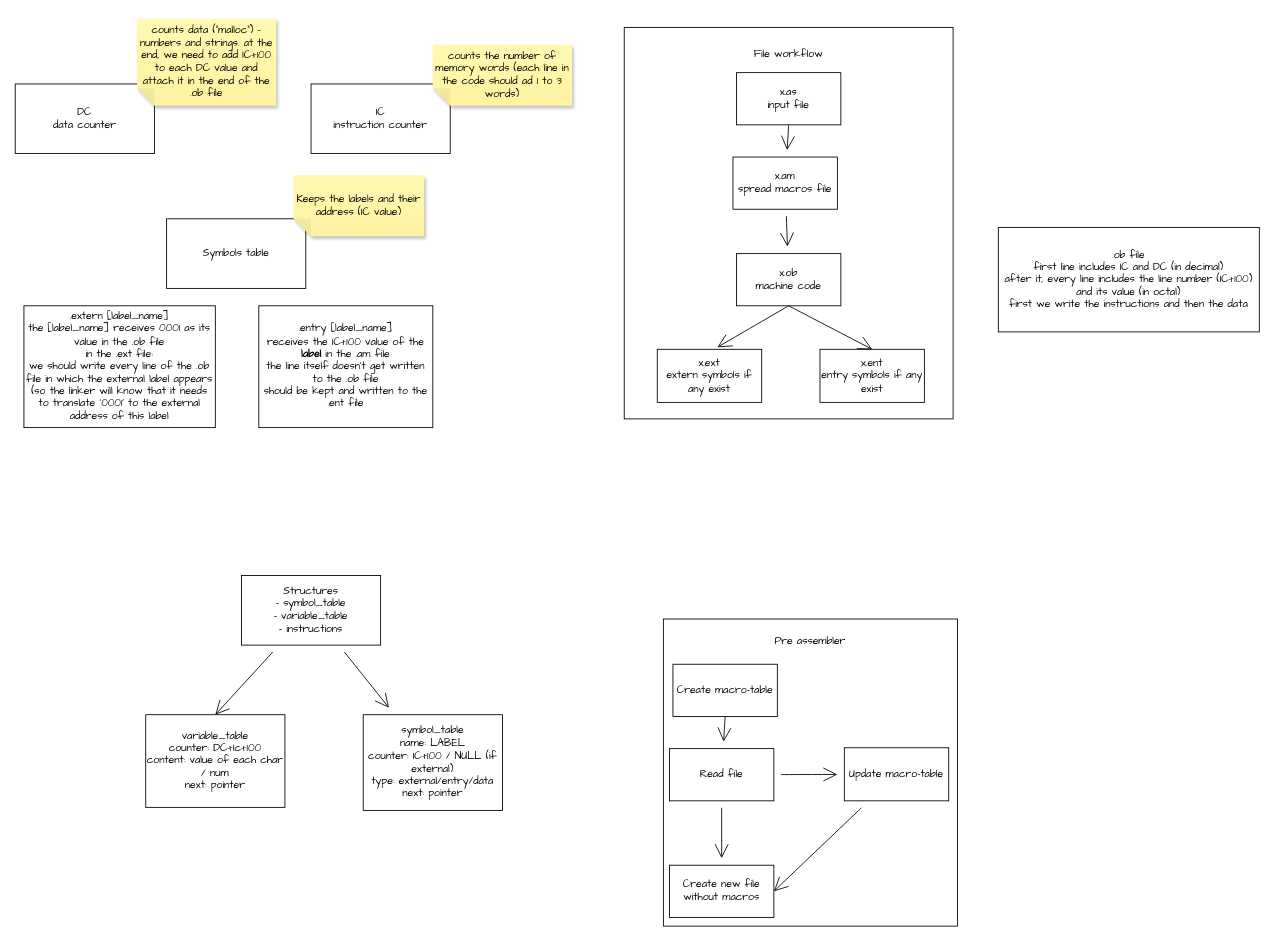
The draw.io diagram page "Page-1" (1 of 3) of Assembler-planning.drawio in jonny-tr/OpenI-C-Project, before the edit. Source tidied: cells renumbered, new cells numbered last; positions are measured from the earlier drawing's top-left corner, leaving out a move shared by most shapes. Both pictures are drawn from the tidied source at 87%, with x=0, y=0 at pixel (15, 18).
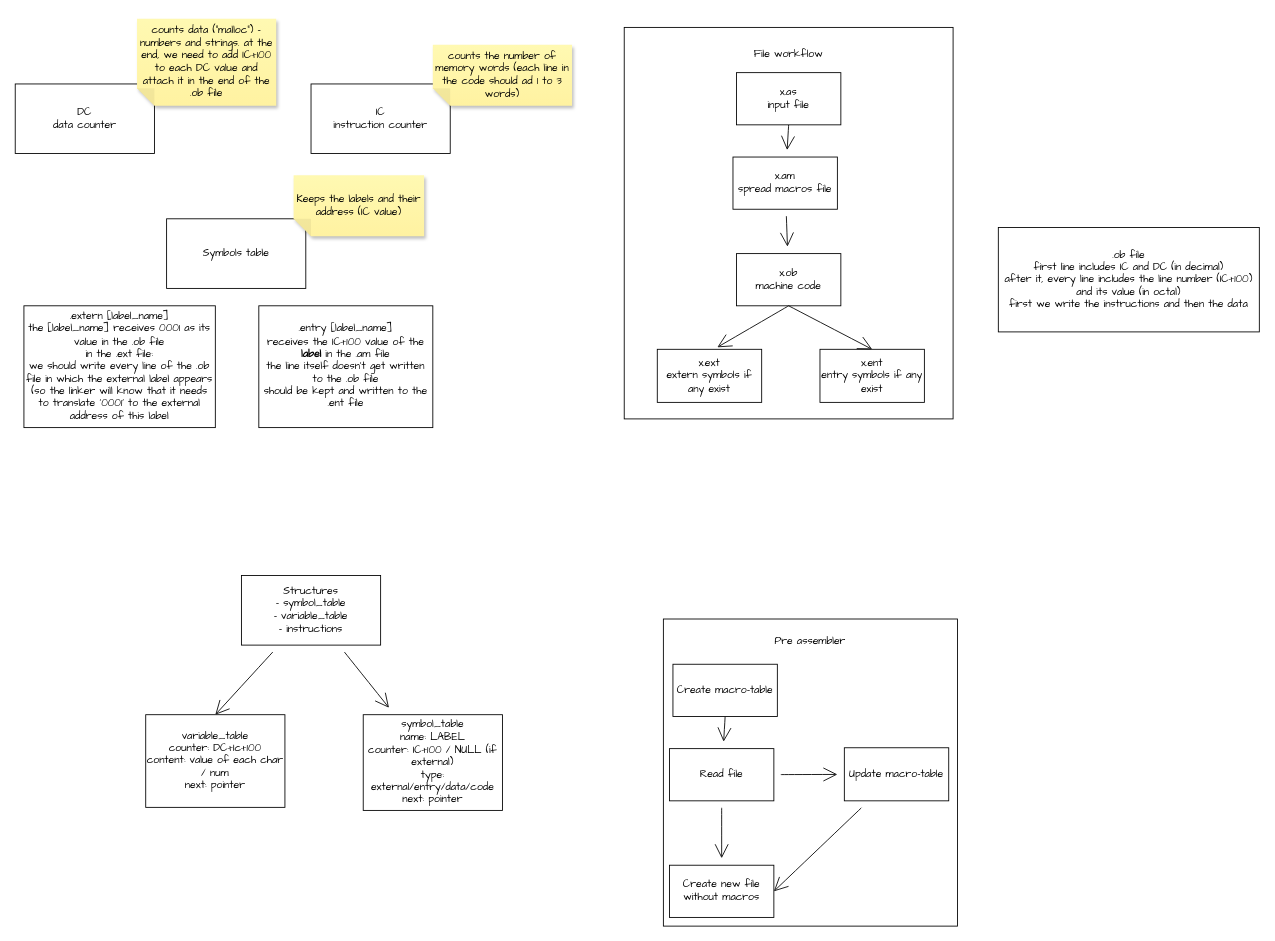
The same page after the edit.

Diff of the diagram source:
```diff
@@
-    <mxCell id="36" value="symbol_table&lt;div&gt;name: LABEL&lt;/div&gt;&lt;div&gt;counter: IC+100 / NULL (if external)&lt;/div&gt;&lt;div&gt;type: external/entry/data&lt;/div&gt;&lt;div&gt;next: pointer&lt;/div&gt;" style="whiteSpace=wrap;html=1;fontFamily=Architects Daughter;rounded=0;" parent="1" vertex="1">
+    <mxCell id="36" value="symbol_table&lt;div&gt;name: LABEL&lt;/div&gt;&lt;div&gt;counter: IC+100 / NULL (if external)&lt;/div&gt;&lt;div&gt;type: external/entry/data/code&lt;/div&gt;&lt;div&gt;next: pointer&lt;/div&gt;" style="whiteSpace=wrap;html=1;fontFamily=Architects Daughter;rounded=0;" parent="1" vertex="1">
       <mxGeometry x="400" y="800" width="160" height="110" as="geometry" />
     </mxCell>
```
